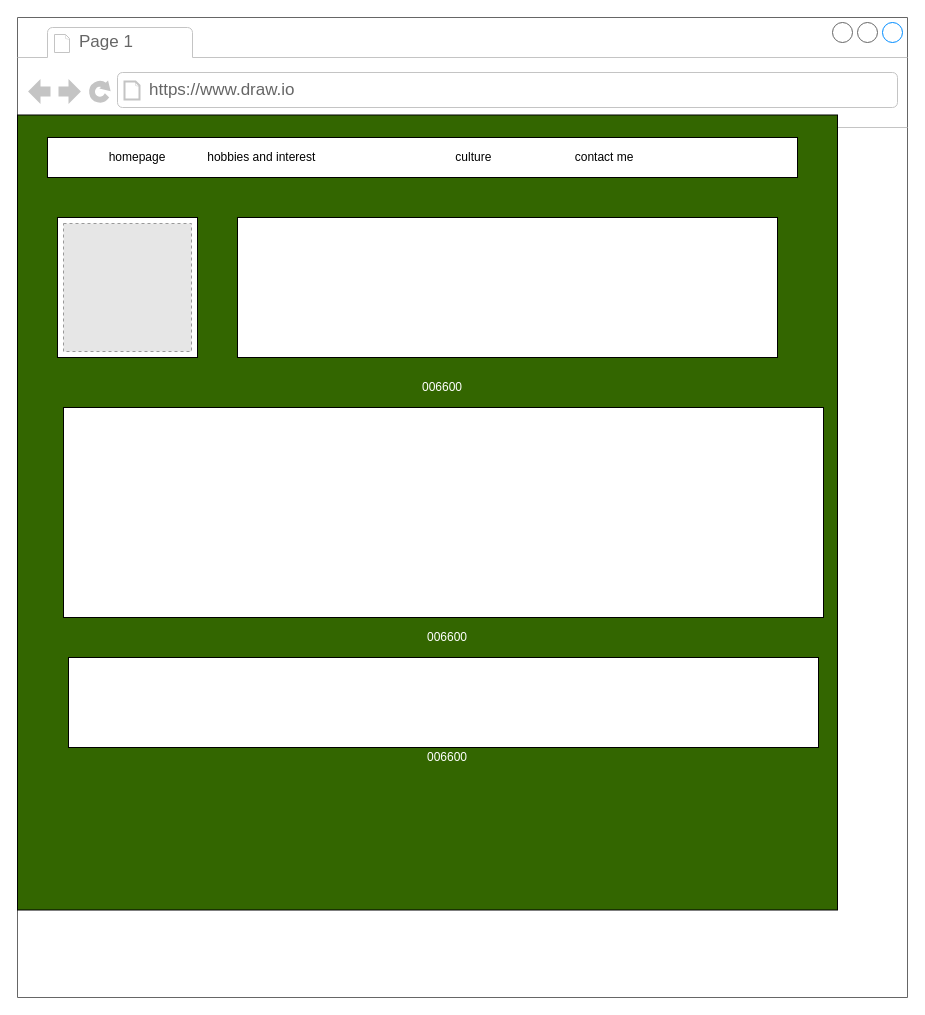
Earlier version of the draw.io diagram page "Page-1" (1 of 4) of layout.drawio (ASDAH-Digtal/91880-91884-Johnnysins808). Source tidied: cells renumbered, new cells numbered last; positions are measured from the earlier drawing's top-left corner, leaving out a move shared by most shapes. Both pictures are drawn from the tidied source at 100%, with x=0, y=0 at pixel (17, 17). Pictures stored in the file or linked from it are replaced by grey dashed boxes.
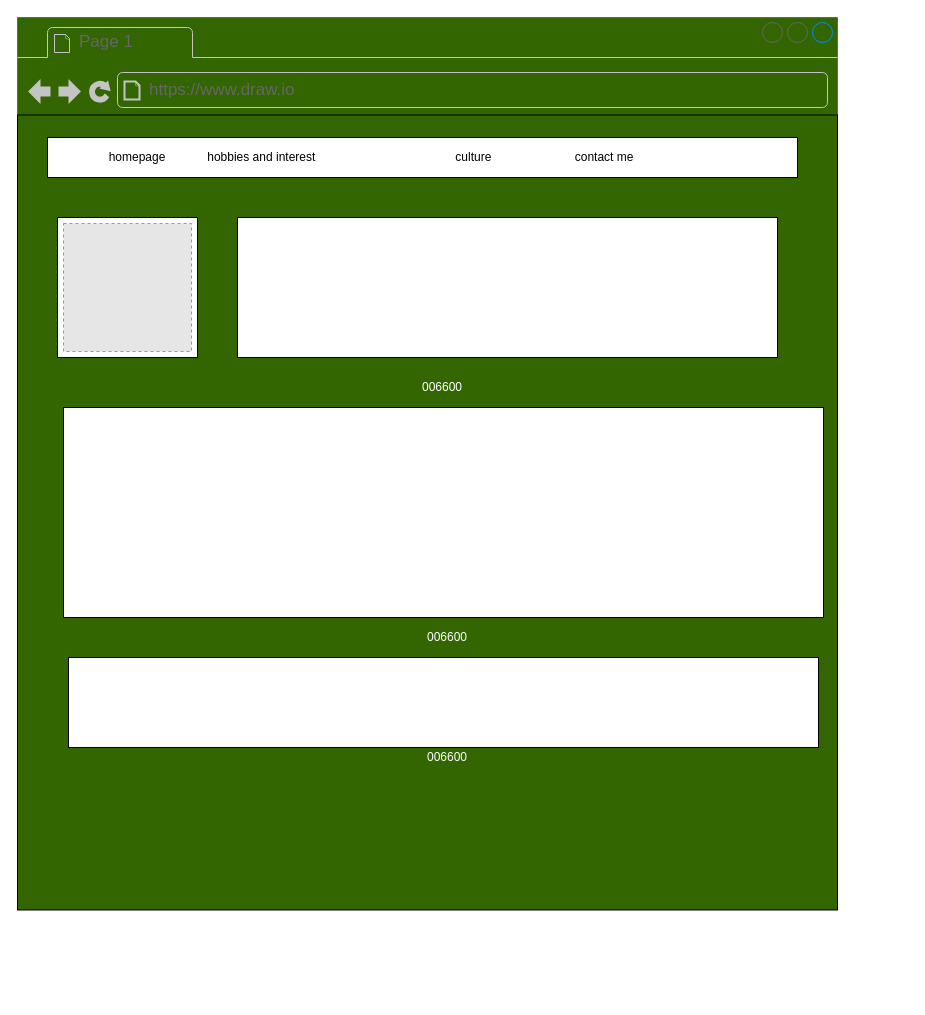
Above is the later version.

What changed in the source:
```diff
@@
 <mxGraphModel>
   <root>
     <mxCell id="0" />
     <mxCell id="1" parent="0" />
-    <mxCell id="2" style="strokeWidth=1;shadow=0;dashed=0;align=center;html=1;shape=mxgraph.mockup.containers.browserWindow;rSize=0;strokeColor=#666666;strokeColor2=#008cff;strokeColor3=#c4c4c4;mainText=,;" parent="1" vertex="1">
-      <mxGeometry width="890" height="980" as="geometry" />
+    <mxCell id="2" style="strokeWidth=1;shadow=0;dashed=0;align=center;html=1;shape=mxgraph.mockup.containers.browserWindow;rSize=0;strokeColor=#666666;strokeColor2=#008cff;strokeColor3=#c4c4c4;mainText=,;fillColor=#336600;" parent="1" vertex="1">
+      <mxGeometry width="820" height="890" as="geometry" />
     </mxCell>
     <mxCell id="3" style="rounded=0;whiteSpace=wrap;html=1;fillColor=#336600;" parent="2" vertex="1">
       <mxGeometry y="97.5" width="820" height="795" as="geometry" />
     </mxCell>
     <mxCell id="4" value="Page 1" style="strokeWidth=1;shadow=0;dashed=0;align=center;html=1;shape=mxgraph.mockup.containers.anchor;fontSize=17;fontColor=#666666;align=left;" parent="2" vertex="1">
       <mxGeometry x="60" y="12" width="110" height="26" as="geometry" />
     </mxCell>
     <mxCell id="5" value="https://www.draw.io" style="strokeWidth=1;shadow=0;dashed=0;align=center;html=1;shape=mxgraph.mockup.containers.anchor;rSize=0;fontSize=17;fontColor=#666666;align=left;" parent="2" vertex="1">
       <mxGeometry x="130" y="60" width="250" height="26" as="geometry" />
     </mxCell>
     <mxCell id="6" value="hobbies and interest&amp;nbsp; &amp;nbsp; &amp;nbsp; &amp;nbsp; &amp;nbsp; &amp;nbsp; &amp;nbsp; &amp;nbsp; &amp;nbsp; &amp;nbsp; &amp;nbsp; &amp;nbsp; &amp;nbsp; &amp;nbsp; &amp;nbsp; &amp;nbsp; &amp;nbsp; &amp;nbsp; &amp;nbsp; &amp;nbsp; &amp;nbsp; culture&amp;nbsp; &amp;nbsp; &amp;nbsp; &amp;nbsp; &amp;nbsp; &amp;nbsp; &amp;nbsp; &amp;nbsp; &amp;nbsp; &amp;nbsp; &amp;nbsp; &amp;nbsp; &amp;nbsp;contact me&amp;nbsp;" style="rounded=0;whiteSpace=wrap;html=1;" parent="2" vertex="1">
       <mxGeometry x="30" y="120" width="750" height="40" as="geometry" />
     </mxCell>
     <mxCell id="7" value="homepage" style="text;html=1;strokeColor=none;fillColor=none;align=center;verticalAlign=middle;whiteSpace=wrap;rounded=0;" parent="2" vertex="1">
       <mxGeometry x="60" y="135" width="120" height="10" as="geometry" />
     </mxCell>
     <mxCell id="8" style="whiteSpace=wrap;html=1;" parent="2" vertex="1">
       <mxGeometry x="40" y="200" width="140" height="140" as="geometry" />
     </mxCell>
     <mxCell id="9" style="fillColor=#E6E6E6;strokeColor=#999999;dashed=1;html=1;verticalAlign=top;verticalLabelPosition=bottom;labelBackgroundColor=#ffffff;" parent="2" vertex="1">
       <mxGeometry x="46" y="206" width="128" height="128" as="geometry" />
     </mxCell>
     <mxCell id="10" style="rounded=0;whiteSpace=wrap;html=1;" parent="2" vertex="1">
       <mxGeometry x="220" y="200" width="540" height="140" as="geometry" />
     </mxCell>
     <mxCell id="11" style="rounded=0;whiteSpace=wrap;html=1;" parent="2" vertex="1">
       <mxGeometry x="46" y="390" width="760" height="210" as="geometry" />
     </mxCell>
     <mxCell id="12" style="rounded=0;whiteSpace=wrap;html=1;" parent="2" vertex="1">
       <mxGeometry x="51" y="640" width="750" height="90" as="geometry" />
     </mxCell>
     <mxCell id="13" value="&lt;font color=&quot;#ffffff&quot;&gt;006600&lt;/font&gt;" style="text;html=1;strokeColor=none;fillColor=none;align=center;verticalAlign=middle;whiteSpace=wrap;rounded=0;" parent="2" vertex="1">
       <mxGeometry x="405" y="360" width="40" height="20" as="geometry" />
     </mxCell>
     <mxCell id="14" value="&lt;font color=&quot;#ffffff&quot;&gt;006600&lt;/font&gt;" style="text;html=1;strokeColor=none;fillColor=none;align=center;verticalAlign=middle;whiteSpace=wrap;rounded=0;" parent="2" vertex="1">
       <mxGeometry x="410" y="610" width="40" height="20" as="geometry" />
     </mxCell>
     <mxCell id="15" value="&lt;font color=&quot;#ffffff&quot;&gt;006600&lt;/font&gt;" style="text;html=1;strokeColor=none;fillColor=none;align=center;verticalAlign=middle;whiteSpace=wrap;rounded=0;" parent="2" vertex="1">
       <mxGeometry x="410" y="730" width="40" height="20" as="geometry" />
     </mxCell>
   </root>
 </mxGraphModel>
```
